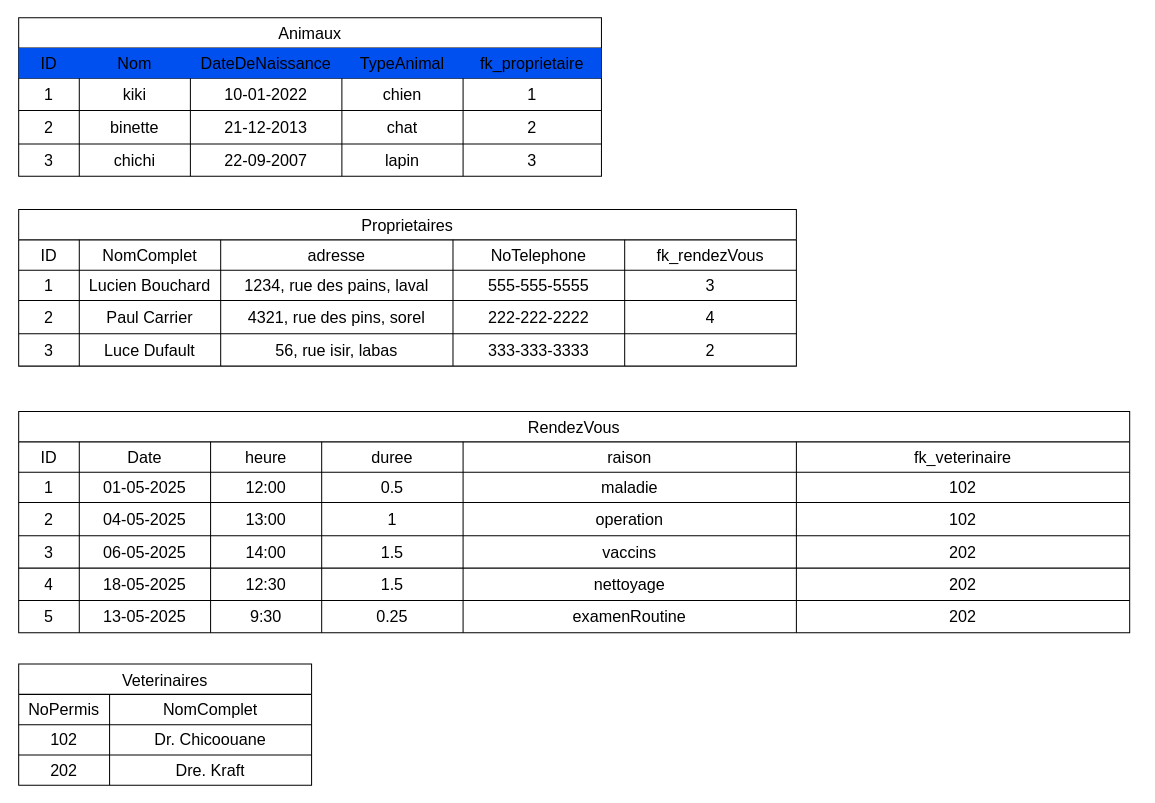
Before: Devoir_01.drawio in JRcard/draw, a draw.io diagram. Source tidied: cells renumbered, new cells numbered last; positions are measured from the earlier drawing's top-left corner, leaving out a move shared by most shapes. Both pictures are drawn from the tidied source at 101%, with x=0, y=0 at pixel (18, 17).
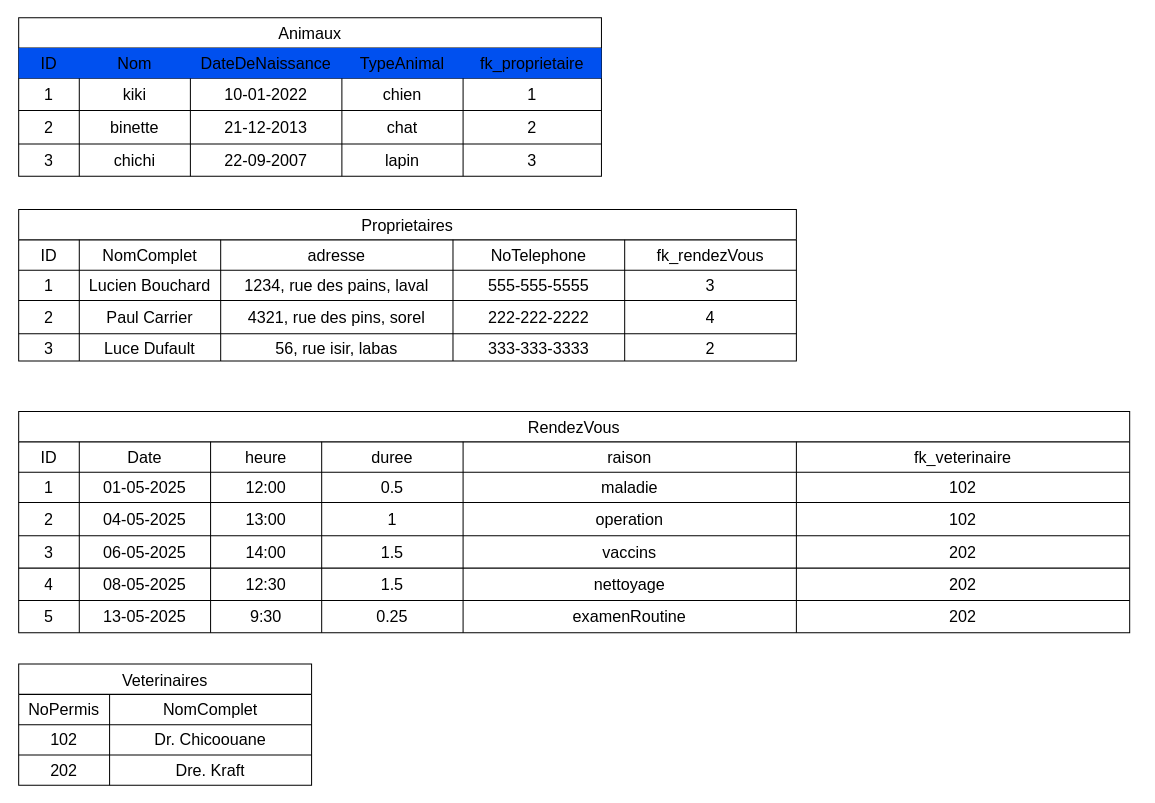
Above is the later version.

Commit message (it also covers changes not shown here):
Mettre à jour Devoir_01.drawio

Unchanged cells that the change refers to:
```xml
<mxCell id="82" style="shape=tableRow;horizontal=0;startSize=0;swimlaneHead=0;swimlaneBody=0;strokeColor=inherit;top=0;left=0;bottom=0;right=0;fillColor=none;fontSize=16;" parent="53" vertex="1">
  <mxGeometry y="155" width="1100" height="32" as="geometry" />
</mxCell>
```

The edit, as a diff of the source:
```diff
@@
     <mxCell id="27" value="Proprietaires" style="shape=table;startSize=30;childLayout=tableLayout;strokeColor=default;fontSize=16;" parent="1" vertex="1">
-      <mxGeometry y="190" width="770" height="155" as="geometry" />
+      <mxGeometry y="190" width="770" height="150" as="geometry" />
     </mxCell>
@@
     <mxCell id="46" style="shape=tableRow;horizontal=0;startSize=0;swimlaneHead=0;swimlaneBody=0;strokeColor=inherit;top=0;left=0;bottom=0;right=0;fillColor=none;fontSize=16;" parent="27" vertex="1">
-      <mxGeometry y="123" width="770" height="32" as="geometry" />
+      <mxGeometry y="123" width="770" height="27" as="geometry" />
     </mxCell>
     <mxCell id="47" value="3" style="shape=partialRectangle;html=1;whiteSpace=wrap;strokeColor=inherit;overflow=hidden;fillColor=none;top=0;left=0;bottom=0;right=0;fontSize=16;" parent="46" vertex="1">
-      <mxGeometry width="60" height="32" as="geometry" />
+      <mxGeometry width="60" height="27" as="geometry" />
     </mxCell>
     <mxCell id="48" value="Luce Dufault" style="shape=partialRectangle;html=1;whiteSpace=wrap;strokeColor=inherit;overflow=hidden;fillColor=none;top=0;left=0;bottom=0;right=0;fontSize=16;" parent="46" vertex="1">
-      <mxGeometry x="60" width="140" height="32" as="geometry" />
+      <mxGeometry x="60" width="140" height="27" as="geometry" />
     </mxCell>
     <mxCell id="49" value="56, rue isir, labas" style="shape=partialRectangle;html=1;whiteSpace=wrap;strokeColor=inherit;overflow=hidden;fillColor=none;top=0;left=0;bottom=0;right=0;fontSize=16;" parent="46" vertex="1">
-      <mxGeometry x="200" width="230" height="32" as="geometry" />
+      <mxGeometry x="200" width="230" height="27" as="geometry" />
     </mxCell>
     <mxCell id="50" value="333-333-3333" style="shape=partialRectangle;html=1;whiteSpace=wrap;strokeColor=inherit;overflow=hidden;fillColor=none;top=0;left=0;bottom=0;right=0;fontSize=16;" parent="46" vertex="1">
-      <mxGeometry x="430" width="170" height="32" as="geometry" />
+      <mxGeometry x="430" width="170" height="27" as="geometry" />
     </mxCell>
     <mxCell id="51" value="2" style="shape=partialRectangle;html=1;whiteSpace=wrap;strokeColor=inherit;overflow=hidden;fillColor=none;top=0;left=0;bottom=0;right=0;fontSize=16;" parent="46" vertex="1">
-      <mxGeometry x="600" width="170" height="32" as="geometry" />
+      <mxGeometry x="600" width="170" height="27" as="geometry" />
     </mxCell>
@@
-    <mxCell id="84" value="18-05-2025" style="shape=partialRectangle;html=1;whiteSpace=wrap;strokeColor=inherit;overflow=hidden;fillColor=none;top=0;left=0;bottom=0;right=0;fontSize=16;" parent="82" vertex="1">
+    <mxCell id="84" value="08-05-2025" style="shape=partialRectangle;html=1;whiteSpace=wrap;strokeColor=inherit;overflow=hidden;fillColor=none;top=0;left=0;bottom=0;right=0;fontSize=16;" parent="82" vertex="1">
       <mxGeometry x="60" width="130" height="32" as="geometry" />
     </mxCell>
```
